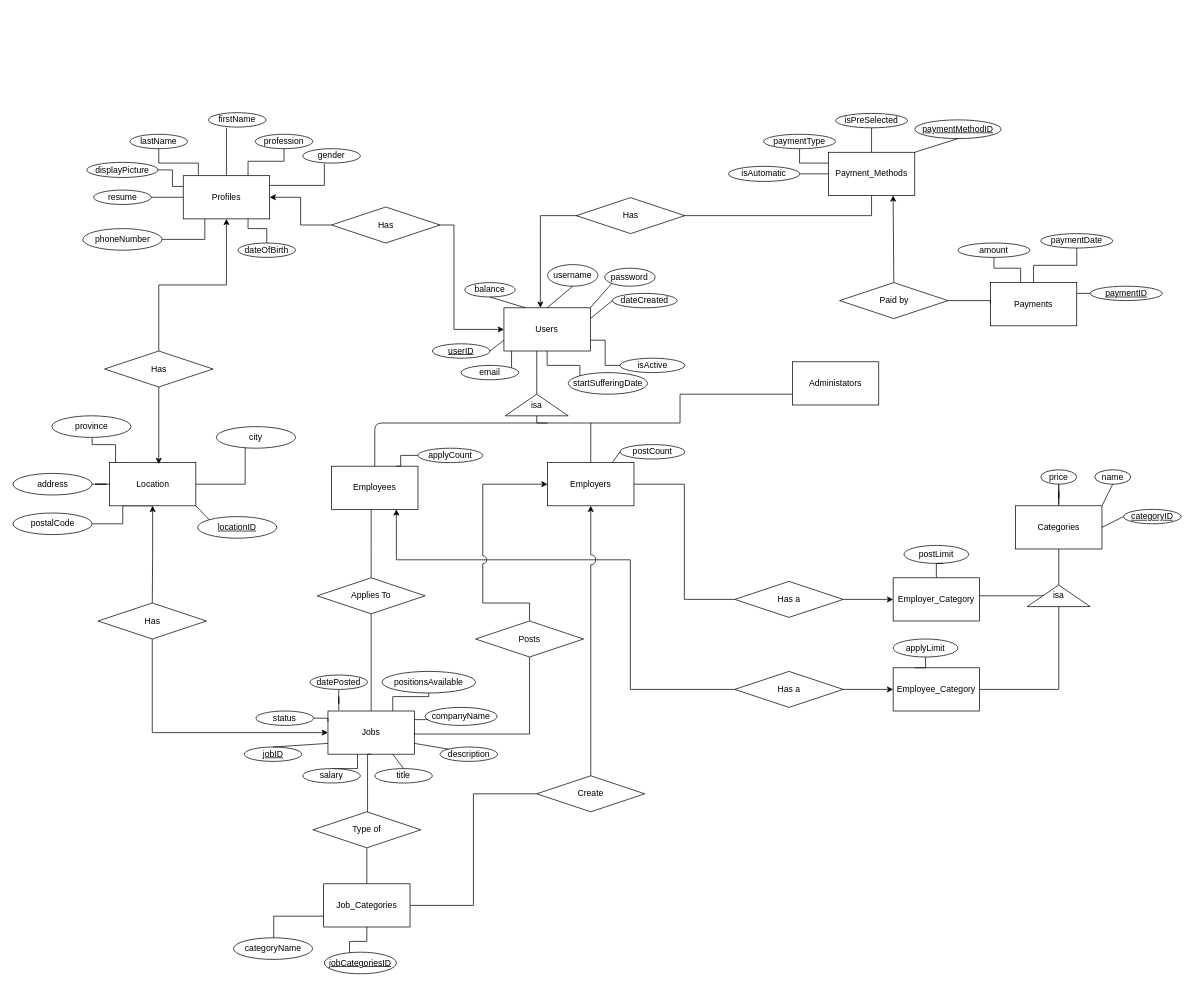
The draw.io diagram docs/comp-353-project-ER.drawio in gordonpn/web-career-portal-clone, before the edit. Source tidied: cells renumbered, new cells numbered last; positions are measured from the earlier drawing's top-left corner, leaving out a move shared by most shapes. Both pictures are drawn from the tidied source at 72%, with x=0, y=0 at pixel (13, 112).
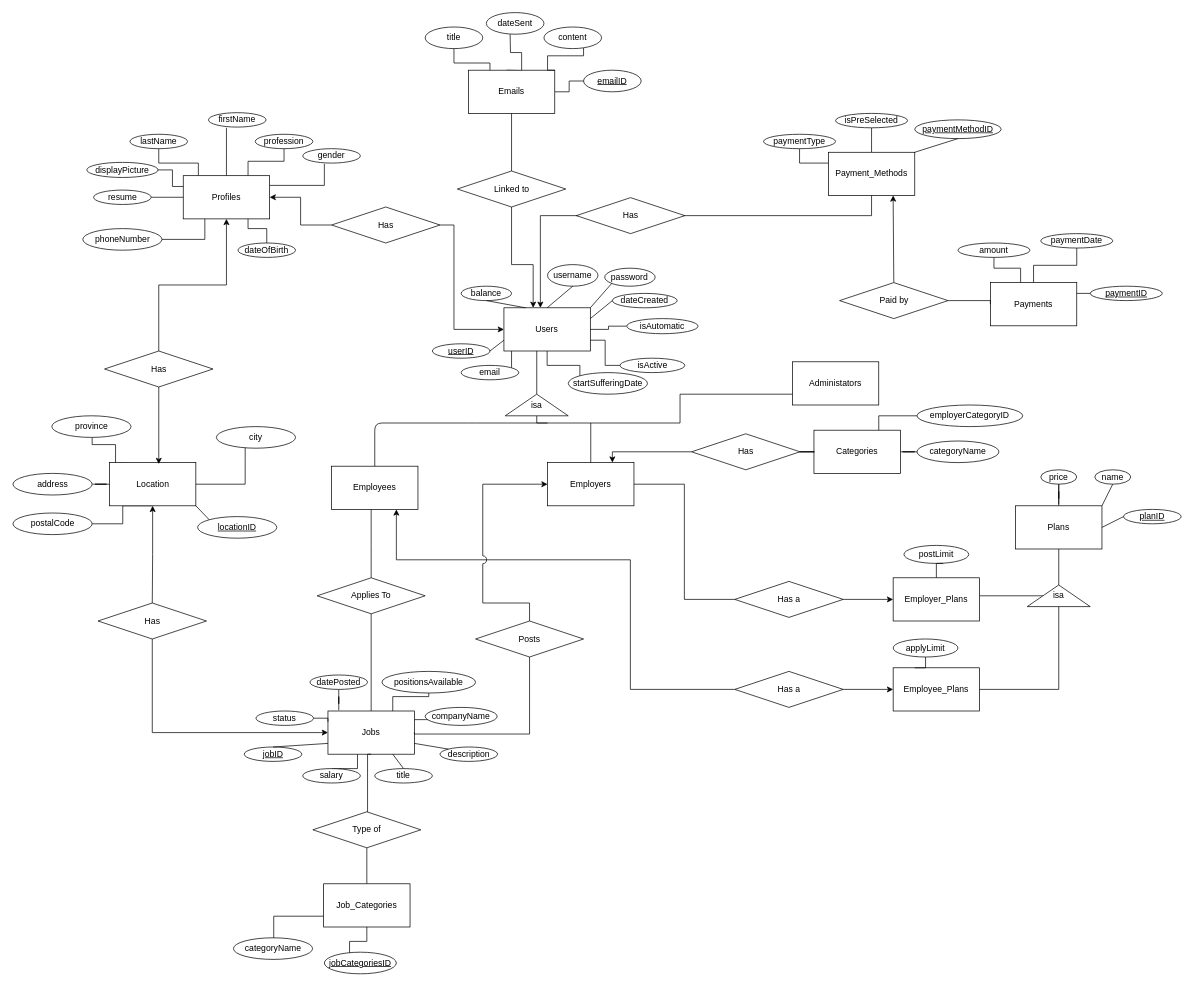
The same diagram, later.

Commit message (it also covers changes not shown here):
Change ER/Schema after discussion

- Remove Employer, Employee, Admin table and add type field to Users table
- Add Emails table
- Add Employer_Categories table
- Modify job categories to use a global list rather than a single list per employer
- Move isAutomatic to Users from PaymentMethod table

The change refers to these unchanged cells:
```xml
<mxCell id="5" value="Employees" style="rounded=0;whiteSpace=wrap;html=1;" parent="1" vertex="1">
  <mxGeometry x="442" y="491" width="120" height="60" as="geometry" />
</mxCell>
<mxCell id="9" value="Users" style="rounded=0;whiteSpace=wrap;html=1;" parent="1" vertex="1">
  <mxGeometry x="681.4" y="271" width="120" height="60" as="geometry" />
</mxCell>
<mxCell id="13" value="Employers" style="rounded=0;whiteSpace=wrap;html=1;" parent="1" vertex="1">
  <mxGeometry x="742" y="486" width="120" height="60" as="geometry" />
</mxCell>
<mxCell id="92" value="Payment_Methods" style="rounded=0;whiteSpace=wrap;html=1;" parent="1" vertex="1">
  <mxGeometry x="1132" y="55" width="120" height="60" as="geometry" />
</mxCell>
<mxCell id="135" value="Job_Categories" style="rounded=0;whiteSpace=wrap;html=1;" parent="1" vertex="1">
  <mxGeometry x="431" y="1071" width="120" height="60" as="geometry" />
</mxCell>
```

What changed in the source:
```diff
@@
+    <mxCell id="152" style="edgeStyle=orthogonalEdgeStyle;rounded=0;jettySize=auto;html=1;startArrow=classic;startFill=1;endArrow=none;endFill=0;entryX=0.5;entryY=1;entryDx=0;entryDy=0;" parent="1" edge="1" source="9" target="164">
+      <mxGeometry relative="1" as="geometry">
+        <Array as="points">
+          <mxPoint x="722" y="211" />
+          <mxPoint x="692" y="211" />
+        </Array>
+      </mxGeometry>
+    </mxCell>
@@
-    <mxCell id="12" style="edgeStyle=orthogonalEdgeStyle;rounded=0;jettySize=auto;html=1;startArrow=classic;startFill=1;endArrow=none;endFill=0;jumpStyle=arc;jumpSize=14;" parent="1" edge="1" source="13" target="149">
-      <mxGeometry relative="1" as="geometry" />
-    </mxCell>
@@
-    <mxCell id="64" value="Categories" style="rounded=0;whiteSpace=wrap;html=1;" parent="1" vertex="1">
+    <mxCell id="64" value="Plans" style="rounded=0;whiteSpace=wrap;html=1;" parent="1" vertex="1">
       <mxGeometry x="1392" y="546" width="120" height="60" as="geometry" />
     </mxCell>
@@
-    <mxCell id="70" value="&lt;u&gt;categoryID&lt;/u&gt;" style="ellipse;whiteSpace=wrap;html=1;" parent="1" vertex="1">
+    <mxCell id="70" value="&lt;u&gt;planID&lt;/u&gt;" style="ellipse;whiteSpace=wrap;html=1;" parent="1" vertex="1">
       <mxGeometry x="1542" y="551" width="80" height="20" as="geometry" />
     </mxCell>
@@
-    <mxCell id="74" value="Employer_Category" style="rounded=0;whiteSpace=wrap;html=1;" parent="1" vertex="1">
+    <mxCell id="74" value="Employer_Plans" style="rounded=0;whiteSpace=wrap;html=1;" parent="1" vertex="1">
       <mxGeometry x="1222" y="646" width="120" height="60" as="geometry" />
     </mxCell>
-    <mxCell id="75" value="Employee_Category" style="rounded=0;whiteSpace=wrap;html=1;" parent="1" vertex="1">
+    <mxCell id="75" value="Employee_Plans" style="rounded=0;whiteSpace=wrap;html=1;" parent="1" vertex="1">
       <mxGeometry x="1222" y="771" width="120" height="60" as="geometry" />
     </mxCell>
@@
-    <mxCell id="86" style="edgeStyle=orthogonalEdgeStyle;rounded=0;jettySize=auto;html=1;startArrow=none;startFill=0;endArrow=none;endFill=0;entryX=0.75;entryY=0;entryDx=0;entryDy=0;" parent="1" edge="1" source="87" target="5">
-      <mxGeometry relative="1" as="geometry">
-        <Array as="points">
-          <mxPoint x="538" y="476" />
-          <mxPoint x="538" y="491" />
-        </Array>
-      </mxGeometry>
-    </mxCell>
-    <mxCell id="87" value="applyCount" style="ellipse;whiteSpace=wrap;html=1;" parent="1" vertex="1">
-      <mxGeometry x="562" y="466" width="90" height="20" as="geometry" />
-    </mxCell>
-    <mxCell id="88" value="postCount" style="ellipse;whiteSpace=wrap;html=1;" parent="1" vertex="1">
-      <mxGeometry x="842.6" y="461" width="90" height="20" as="geometry" />
-    </mxCell>
-    <mxCell id="89" style="endArrow=none;html=1;entryX=0;entryY=0.5;entryDx=0;entryDy=0;exitX=0.75;exitY=0;exitDx=0;exitDy=0;" parent="1" edge="1" source="13" target="88">
-      <mxGeometry relative="1" as="geometry" />
-    </mxCell>
@@
-    <mxCell id="93" style="edgeStyle=orthogonalEdgeStyle;rounded=0;jumpStyle=arc;jumpSize=11;jettySize=auto;html=1;entryX=0;entryY=0.5;entryDx=0;entryDy=0;startArrow=none;startFill=0;endArrow=none;endFill=0;" parent="1" edge="1" source="94" target="92">
-      <mxGeometry relative="1" as="geometry" />
-    </mxCell>
+    <mxCell id="153" style="edgeStyle=orthogonalEdgeStyle;rounded=0;jettySize=auto;html=1;entryX=1;entryY=0.5;entryDx=0;entryDy=0;endArrow=none;endFill=0;" parent="1" edge="1" source="94" target="9">
+      <mxGeometry relative="1" as="geometry" />
+    </mxCell>
     <mxCell id="94" value="isAutomatic" style="ellipse;whiteSpace=wrap;html=1;" parent="1" vertex="1">
-      <mxGeometry x="993.3" y="74.5" width="99" height="21" as="geometry" />
+      <mxGeometry x="852" y="286" width="99" height="21" as="geometry" />
     </mxCell>
@@
     <mxCell id="98" value="balance" style="ellipse;whiteSpace=wrap;html=1;" parent="1" vertex="1">
-      <mxGeometry x="627" y="236" width="70" height="20" as="geometry" />
+      <mxGeometry x="622" y="241" width="70" height="20" as="geometry" />
     </mxCell>
@@
-    <mxCell id="148" style="edgeStyle=orthogonalEdgeStyle;rounded=0;jettySize=auto;html=1;entryX=1;entryY=0.5;entryDx=0;entryDy=0;startArrow=none;startFill=0;endArrow=none;endFill=0;" parent="1" edge="1" source="149" target="135">
-      <mxGeometry relative="1" as="geometry" />
-    </mxCell>
-    <mxCell id="149" value="Create" style="rhombus;whiteSpace=wrap;html=1;" parent="1" vertex="1">
-      <mxGeometry x="727" y="921" width="150" height="50" as="geometry" />
-    </mxCell>
@@
+    <mxCell id="154" style="edgeStyle=orthogonalEdgeStyle;rounded=0;jettySize=auto;html=1;startArrow=none;startFill=0;endArrow=none;endFill=0;" parent="1" edge="1" source="155" target="159">
+      <mxGeometry relative="1" as="geometry" />
+    </mxCell>
+    <mxCell id="155" value="Categories" style="rounded=0;whiteSpace=wrap;html=1;" parent="1" vertex="1">
+      <mxGeometry x="1112" y="441" width="120" height="60" as="geometry" />
+    </mxCell>
+    <mxCell id="156" style="edgeStyle=orthogonalEdgeStyle;rounded=0;jettySize=auto;html=1;entryX=0.75;entryY=0;entryDx=0;entryDy=0;endArrow=classic;endFill=1;startArrow=none;startFill=0;" parent="1" edge="1" source="158" target="13">
+      <mxGeometry relative="1" as="geometry">
+        <Array as="points">
+          <mxPoint x="832" y="471" />
+        </Array>
+      </mxGeometry>
+    </mxCell>
+    <mxCell id="157" style="edgeStyle=orthogonalEdgeStyle;rounded=0;jettySize=auto;html=1;entryX=0;entryY=0.5;entryDx=0;entryDy=0;endArrow=none;endFill=0;" parent="1" edge="1" source="158" target="155">
+      <mxGeometry relative="1" as="geometry" />
+    </mxCell>
+    <mxCell id="158" value="Has" style="rhombus;whiteSpace=wrap;html=1;rounded=0;" parent="1" vertex="1">
+      <mxGeometry x="942" y="446" width="150.6" height="50" as="geometry" />
+    </mxCell>
+    <mxCell id="159" value="categoryName" style="ellipse;whiteSpace=wrap;html=1;rounded=0;" parent="1" vertex="1">
+      <mxGeometry x="1255.1" y="456" width="113.8" height="30" as="geometry" />
+    </mxCell>
+    <mxCell id="160" style="edgeStyle=orthogonalEdgeStyle;rounded=0;orthogonalLoop=1;jettySize=auto;html=1;startArrow=none;startFill=0;endArrow=none;endFill=0;" parent="1" edge="1">
+      <mxGeometry relative="1" as="geometry">
+        <mxPoint x="685" y="-59" as="sourcePoint" />
+        <mxPoint x="690" y="-109" as="targetPoint" />
+      </mxGeometry>
+    </mxCell>
+    <mxCell id="161" style="edgeStyle=orthogonalEdgeStyle;rounded=0;jettySize=auto;html=1;startArrow=none;startFill=0;endArrow=none;endFill=0;" parent="1" edge="1" source="162" target="170">
+      <mxGeometry relative="1" as="geometry" />
+    </mxCell>
+    <mxCell id="162" value="Emails" style="rounded=0;whiteSpace=wrap;html=1;" parent="1" vertex="1">
+      <mxGeometry x="632" y="-59" width="120" height="60" as="geometry" />
+    </mxCell>
+    <mxCell id="163" style="edgeStyle=orthogonalEdgeStyle;rounded=0;jettySize=auto;html=1;entryX=0.5;entryY=1;entryDx=0;entryDy=0;startArrow=none;startFill=0;endArrow=none;endFill=0;" parent="1" edge="1" source="164" target="162">
+      <mxGeometry relative="1" as="geometry" />
+    </mxCell>
+    <mxCell id="164" value="Linked to" style="rhombus;whiteSpace=wrap;html=1;rounded=0;" parent="1" vertex="1">
+      <mxGeometry x="616.7" y="81" width="150.6" height="50" as="geometry" />
+    </mxCell>
+    <mxCell id="165" value="dateSent" style="ellipse;whiteSpace=wrap;html=1;rounded=0;" parent="1" vertex="1">
+      <mxGeometry x="657" y="-139" width="80" height="30" as="geometry" />
+    </mxCell>
+    <mxCell id="166" style="edgeStyle=orthogonalEdgeStyle;rounded=0;jettySize=auto;html=1;startArrow=none;startFill=0;endArrow=none;endFill=0;exitX=1;exitY=0;exitDx=0;exitDy=0;" parent="1" edge="1" source="162" target="167">
+      <mxGeometry relative="1" as="geometry">
+        <Array as="points">
+          <mxPoint x="742" y="-59" />
+          <mxPoint x="742" y="-79" />
+          <mxPoint x="792" y="-79" />
+        </Array>
+      </mxGeometry>
+    </mxCell>
+    <mxCell id="167" value="content" style="ellipse;whiteSpace=wrap;html=1;rounded=0;" parent="1" vertex="1">
+      <mxGeometry x="737" y="-119" width="80" height="30" as="geometry" />
+    </mxCell>
+    <mxCell id="168" style="edgeStyle=orthogonalEdgeStyle;rounded=0;jettySize=auto;html=1;entryX=0.25;entryY=0;entryDx=0;entryDy=0;startArrow=none;startFill=0;endArrow=none;endFill=0;" parent="1" edge="1" source="169" target="162">
+      <mxGeometry relative="1" as="geometry" />
+    </mxCell>
+    <mxCell id="169" value="title" style="ellipse;whiteSpace=wrap;html=1;rounded=0;" parent="1" vertex="1">
+      <mxGeometry x="572" y="-119" width="80" height="30" as="geometry" />
+    </mxCell>
+    <mxCell id="170" value="&lt;u&gt;emailID&lt;/u&gt;" style="ellipse;whiteSpace=wrap;html=1;rounded=0;" parent="1" vertex="1">
+      <mxGeometry x="792" y="-59" width="80" height="30" as="geometry" />
+    </mxCell>
+    <mxCell id="171" style="edgeStyle=orthogonalEdgeStyle;rounded=0;jettySize=auto;html=1;entryX=0.75;entryY=0;entryDx=0;entryDy=0;startArrow=none;startFill=0;endArrow=none;endFill=0;" parent="1" edge="1" source="172" target="155">
+      <mxGeometry relative="1" as="geometry" />
+    </mxCell>
+    <mxCell id="172" value="&lt;span style=&quot;text-align: left&quot;&gt;employerCategoryID&lt;/span&gt;" style="ellipse;whiteSpace=wrap;html=1;rounded=0;" parent="1" vertex="1">
+      <mxGeometry x="1255.1" y="406" width="146.9" height="30" as="geometry" />
+    </mxCell>
```
